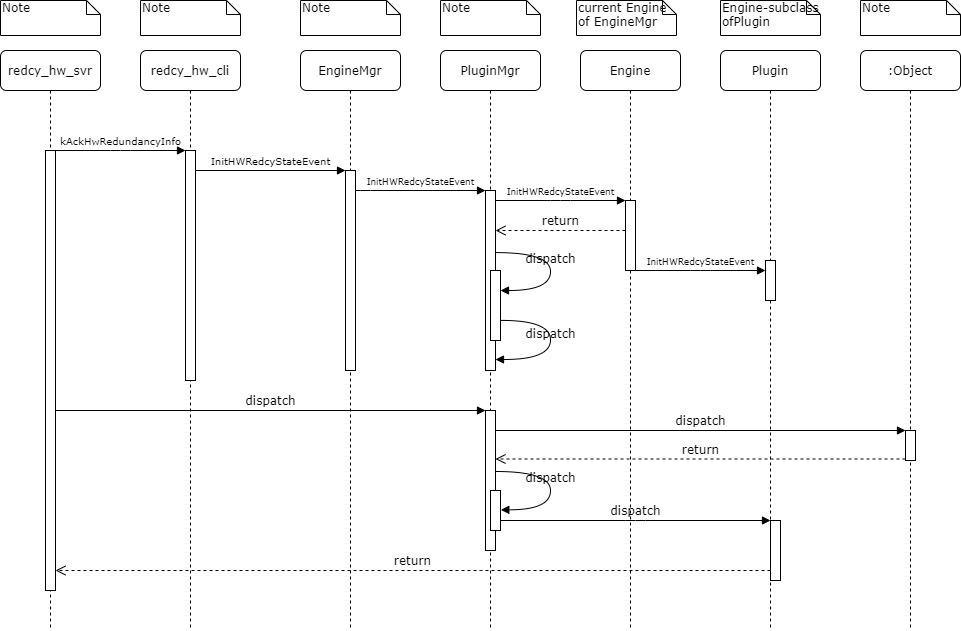
Steve888888/FN-Redundancy keeps this draw.io diagram as UML/StartRedundancy.png. Above is the earlier version. Source tidied: cells renumbered, new cells last; positions are measured from the earlier drawing's top-left corner, leaving out a move shared by most shapes.
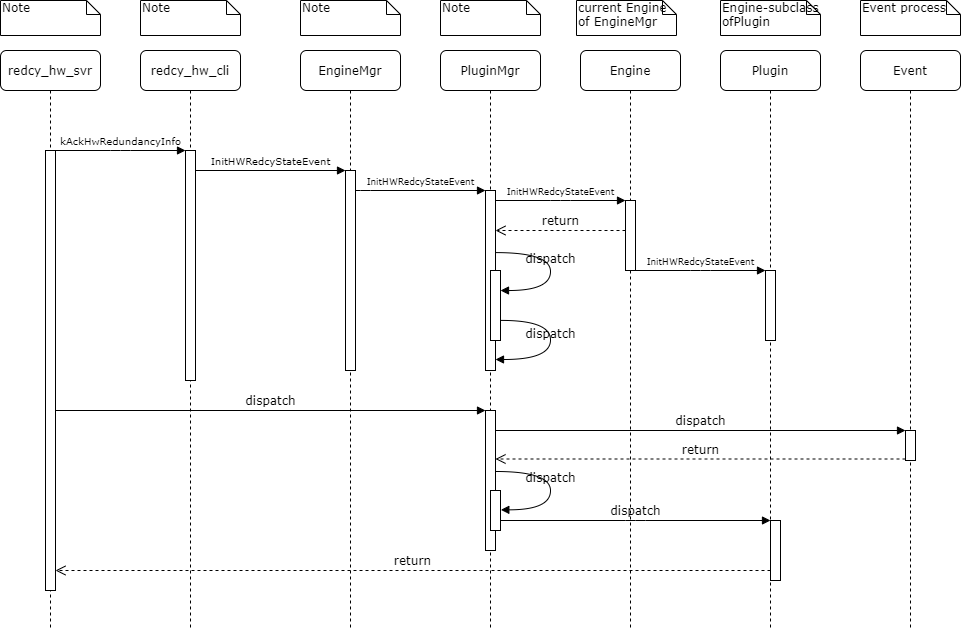
After the change.

Diff of the diagram source:
```diff
@@ -24,9 +24,9 @@
       <mxGeometry x="720" y="50" width="100" height="580" as="geometry" />
     </mxCell>
     <mxCell id="9" style="html=1;perimeter=orthogonalPerimeter;rounded=0;shadow=0;comic=0;labelBackgroundColor=none;strokeWidth=1;fontFamily=Verdana;fontSize=12;align=center;" parent="8" vertex="1">
-      <mxGeometry x="45" y="210" width="10" height="40" as="geometry" />
+      <mxGeometry x="45" y="220" width="10" height="70" as="geometry" />
     </mxCell>
-    <mxCell id="10" value=":Object" style="shape=umlLifeline;perimeter=lifelinePerimeter;whiteSpace=wrap;html=1;rounded=1;shadow=0;comic=0;labelBackgroundColor=none;strokeWidth=1;fontFamily=Verdana;fontSize=12;align=center;" parent="1" vertex="1">
+    <mxCell id="10" value="Event" style="shape=umlLifeline;perimeter=lifelinePerimeter;whiteSpace=wrap;html=1;rounded=1;shadow=0;comic=0;labelBackgroundColor=none;strokeWidth=1;fontFamily=Verdana;fontSize=12;align=center;" parent="1" vertex="1">
       <mxGeometry x="860" y="50" width="100" height="580" as="geometry" />
     </mxCell>
     <mxCell id="11" value="redcy_hw_svr" style="shape=umlLifeline;perimeter=lifelinePerimeter;whiteSpace=wrap;html=1;rounded=1;shadow=0;comic=0;labelBackgroundColor=none;strokeWidth=1;fontFamily=Verdana;fontSize=12;align=center;" parent="1" vertex="1">
@@ -144,7 +144,7 @@
     <mxCell id="38" value="Engine-subclass ofPlugin" style="shape=note;whiteSpace=wrap;html=1;size=14;verticalAlign=top;align=left;spacingTop=-6;rounded=0;shadow=0;comic=0;labelBackgroundColor=none;strokeWidth=1;fontFamily=Verdana;fontSize=12;" parent="1" vertex="1">
       <mxGeometry x="720" width="100" height="35" as="geometry" />
     </mxCell>
-    <mxCell id="39" value="Note" style="shape=note;whiteSpace=wrap;html=1;size=14;verticalAlign=top;align=left;spacingTop=-6;rounded=0;shadow=0;comic=0;labelBackgroundColor=none;strokeWidth=1;fontFamily=Verdana;fontSize=12;" parent="1" vertex="1">
+    <mxCell id="39" value="Event process" style="shape=note;whiteSpace=wrap;html=1;size=14;verticalAlign=top;align=left;spacingTop=-6;rounded=0;shadow=0;comic=0;labelBackgroundColor=none;strokeWidth=1;fontFamily=Verdana;fontSize=12;" parent="1" vertex="1">
       <mxGeometry x="860" width="100" height="35" as="geometry" />
     </mxCell>
     <mxCell id="40" value="&lt;span style=&quot;font-size: 9px&quot;&gt;InitHWRedcyStateEvent&lt;/span&gt;" style="html=1;verticalAlign=bottom;endArrow=block;entryX=0;entryY=0;labelBackgroundColor=none;fontFamily=Verdana;fontSize=12;edgeStyle=elbowEdgeStyle;elbow=vertical;" parent="1" edge="1">
```
